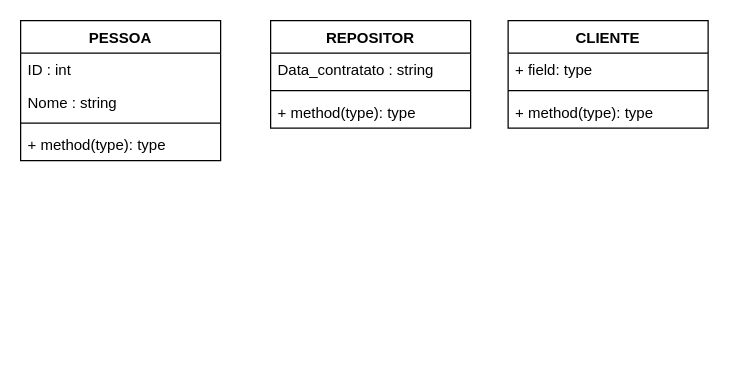
Before: Diagrama_de_classe.drawio in MarcosWillianAP1K/Trabalho_POO1, a draw.io diagram. Source tidied: cells renumbered, new cells numbered last; positions are measured from the earlier drawing's top-left corner, leaving out a move shared by most shapes. Both pictures are drawn from the tidied source at 125%, with x=0, y=0 at pixel (20, 20).
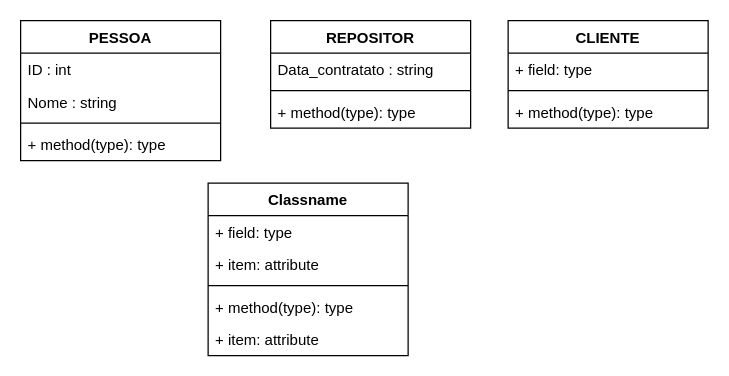
The same diagram, later.

Diff of the diagram source:
```diff
@@
+    <mxCell id="15" value="Classname" style="swimlane;fontStyle=1;align=center;verticalAlign=top;horizontal=1;startSize=26;" parent="1" vertex="1">
+      <mxGeometry x="150" y="130" width="160" height="138" as="geometry" />
+    </mxCell>
+    <mxCell id="16" value="+ field: type" style="text;strokeColor=none;fillColor=none;align=left;verticalAlign=top;spacingLeft=4;spacingRight=4;overflow=hidden;" parent="15" vertex="1">
+      <mxGeometry y="26" width="160" height="26" as="geometry" />
+    </mxCell>
+    <mxCell id="17" value="+ item: attribute" style="text;strokeColor=none;fillColor=none;align=left;verticalAlign=top;spacingLeft=4;spacingRight=4;overflow=hidden;" parent="15" vertex="1">
+      <mxGeometry y="52" width="160" height="26" as="geometry" />
+    </mxCell>
+    <mxCell id="18" style="line;strokeWidth=1;fillColor=none;align=left;verticalAlign=middle;spacingTop=-1;spacingLeft=3;spacingRight=3;labelPosition=right;strokeColor=inherit;" parent="15" vertex="1">
+      <mxGeometry y="78" width="160" height="8" as="geometry" />
+    </mxCell>
+    <mxCell id="19" value="+ method(type): type" style="text;strokeColor=none;fillColor=none;align=left;verticalAlign=top;spacingLeft=4;spacingRight=4;overflow=hidden;" parent="15" vertex="1">
+      <mxGeometry y="86" width="160" height="26" as="geometry" />
+    </mxCell>
+    <mxCell id="20" value="+ item: attribute" style="text;strokeColor=none;fillColor=none;align=left;verticalAlign=top;spacingLeft=4;spacingRight=4;overflow=hidden;" parent="15" vertex="1">
+      <mxGeometry y="112" width="160" height="26" as="geometry" />
+    </mxCell>
```
